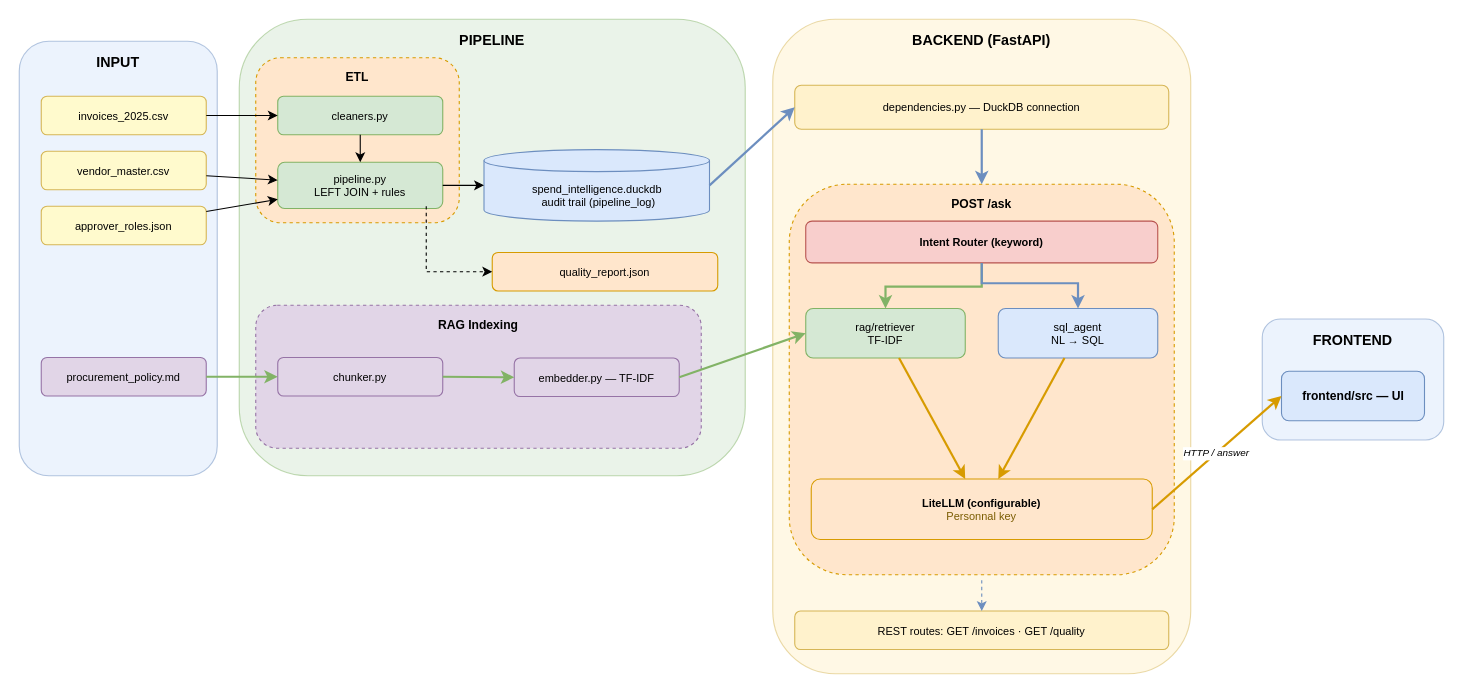
Earlier version of the draw.io diagram docs/architecture.drawio (nicomathieu/AZ_financial_spend_intelligence). Source tidied: cells renumbered, new cells numbered last; positions are measured from the earlier drawing's top-left corner, leaving out a move shared by most shapes. Both pictures are drawn from the tidied source at 110%, with x=0, y=0 at pixel (19, 19).
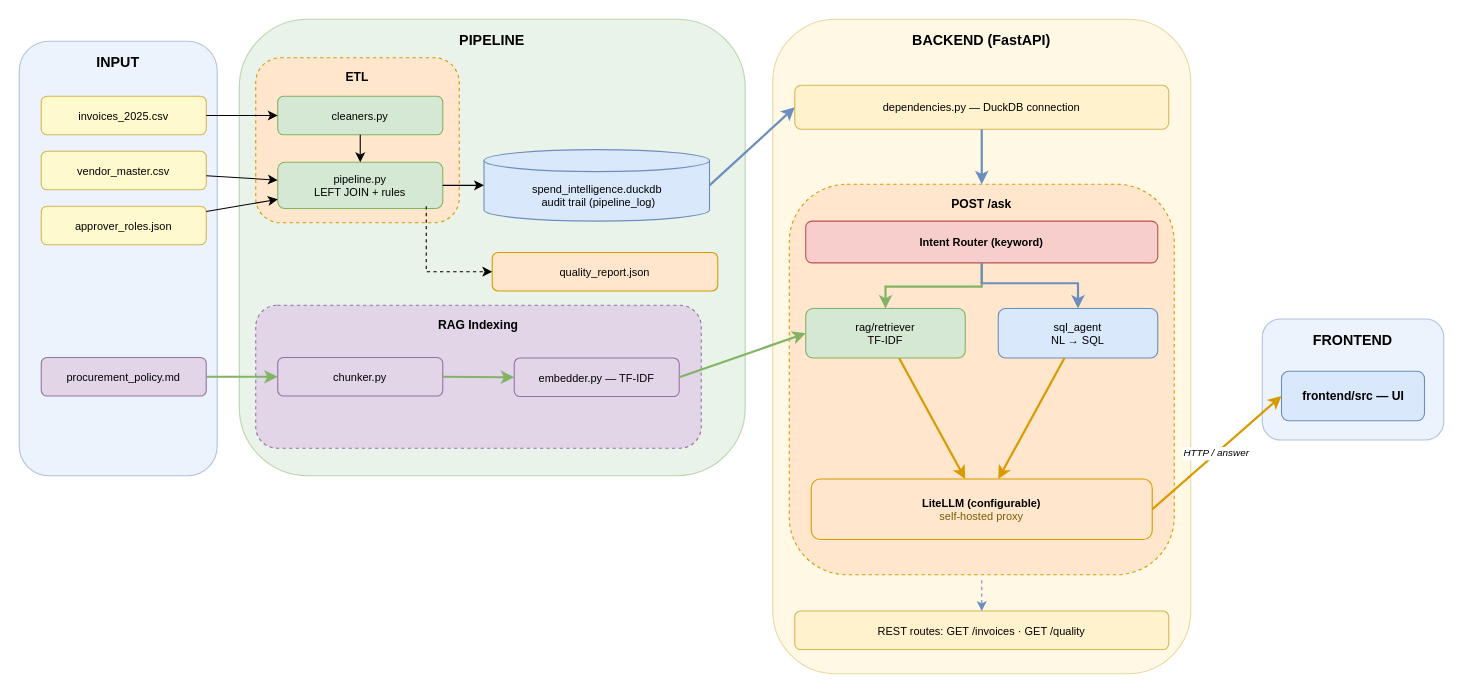
After the change.

Commit message:
fix(app): correct personal key

What changed in the source:
```diff
@@
-    <mxCell id="23" value="&lt;b&gt;LiteLLM (configurable)&lt;/b&gt;&lt;br&gt;&lt;font size=&quot;1&quot; color=&quot;#7a5c00&quot;&gt;Personnal key&lt;/font&gt;" style="rounded=1;whiteSpace=wrap;html=1;fillColor=#ffe6cc;strokeColor=#d79b00;fontSize=10;" parent="1" vertex="1">
+    <mxCell id="23" value="&lt;b&gt;LiteLLM (configurable)&lt;/b&gt;&lt;br&gt;&lt;font size=&quot;1&quot; color=&quot;#7a5c00&quot;&gt;self-hosted proxy&lt;/font&gt;" style="rounded=1;whiteSpace=wrap;html=1;fillColor=#ffe6cc;strokeColor=#d79b00;fontSize=10;" parent="1" vertex="1">
       <mxGeometry x="720" y="418" width="310" height="55" as="geometry" />
     </mxCell>
```
